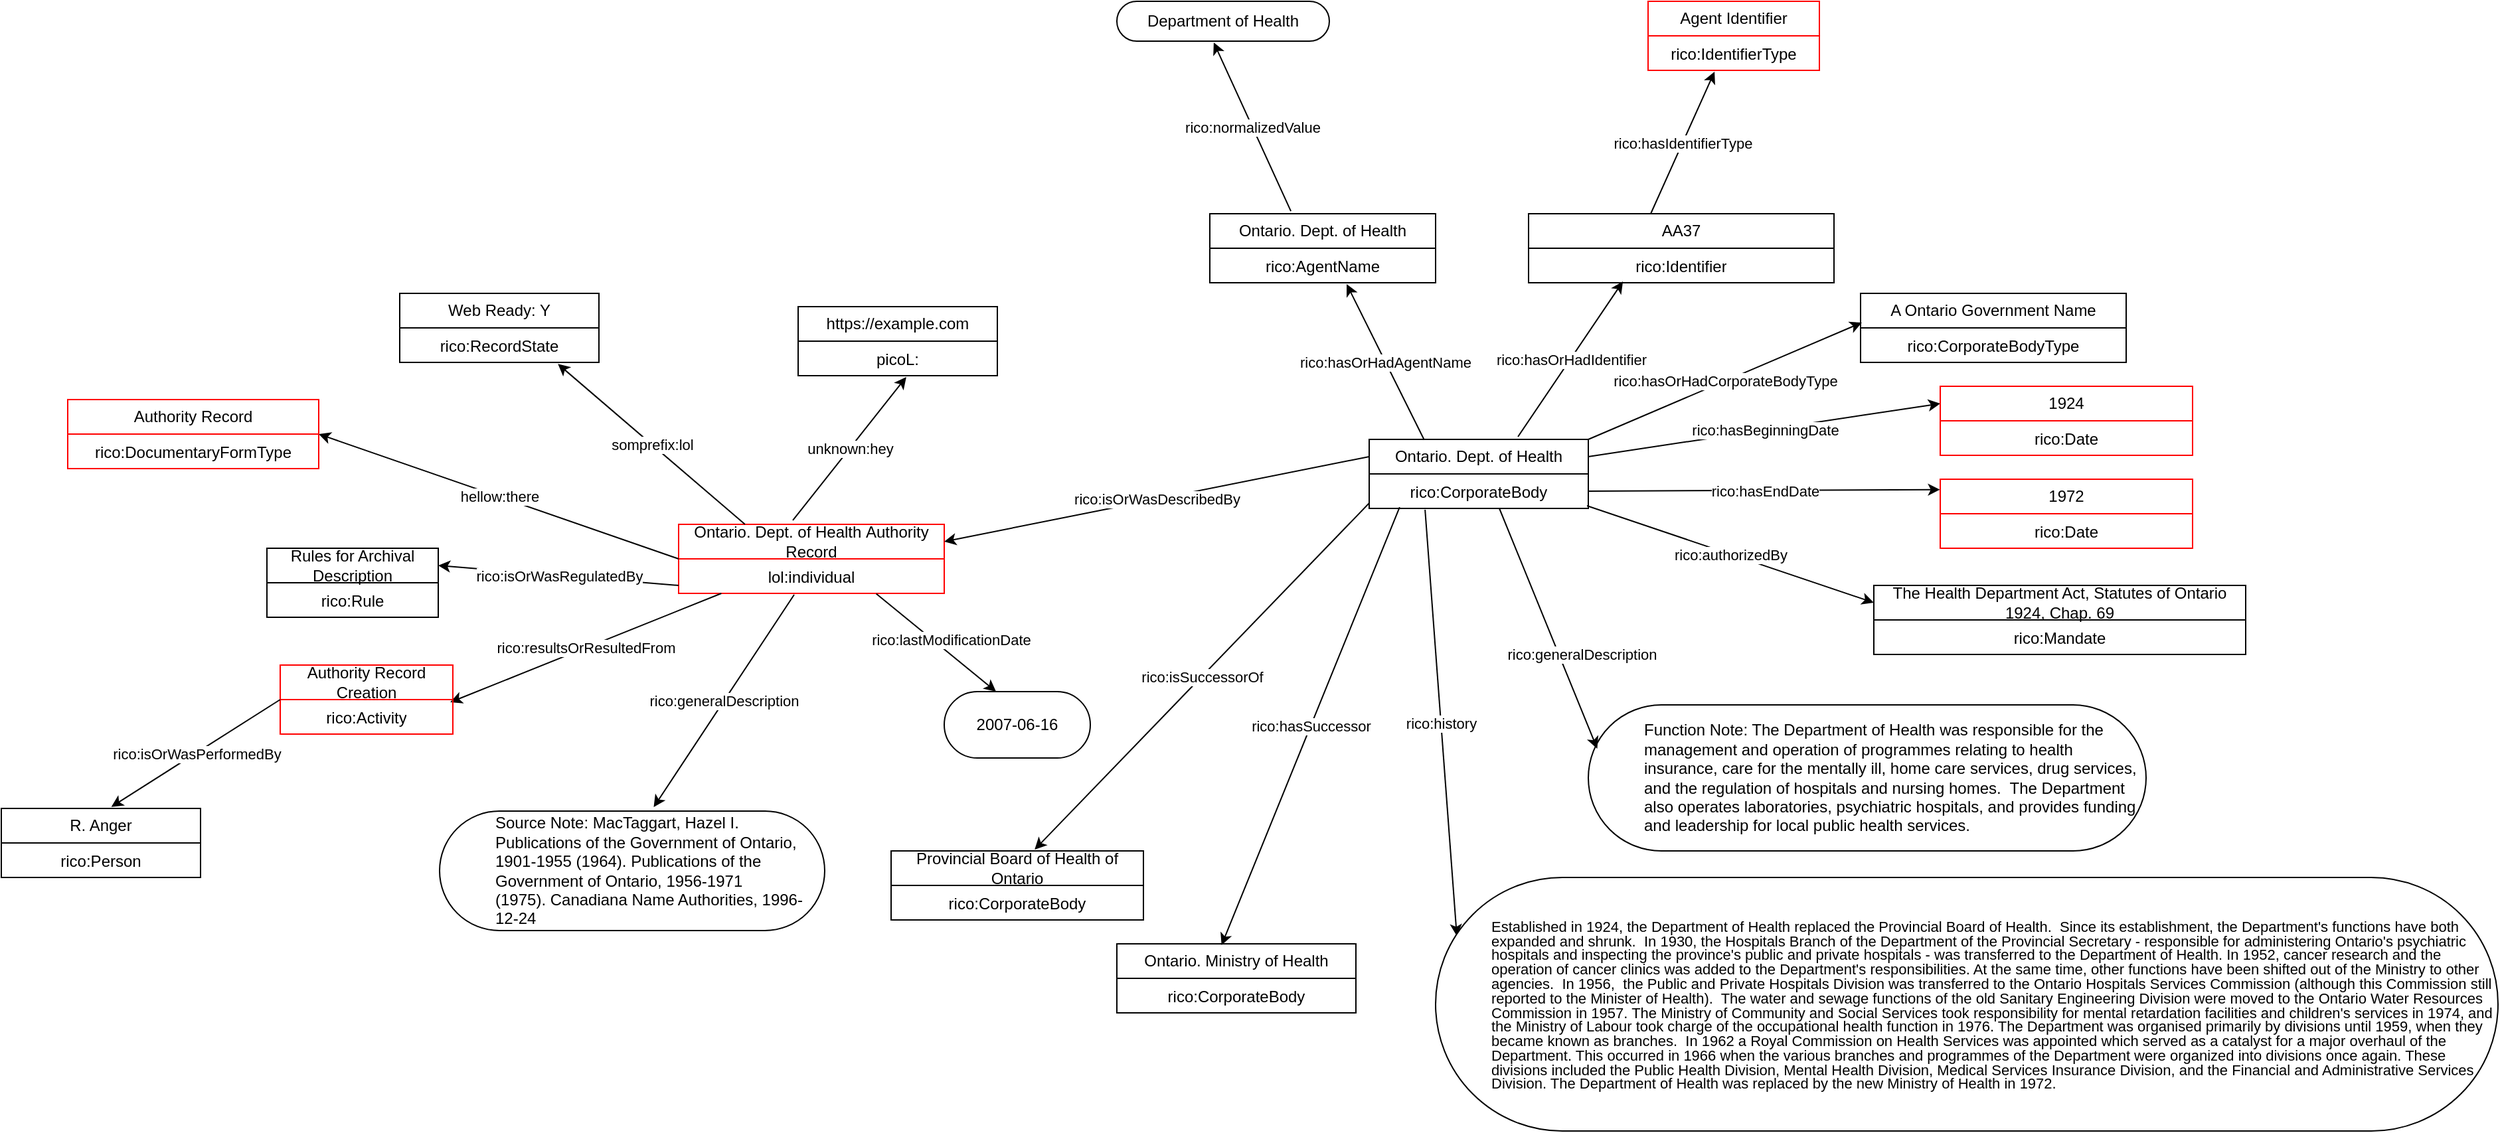
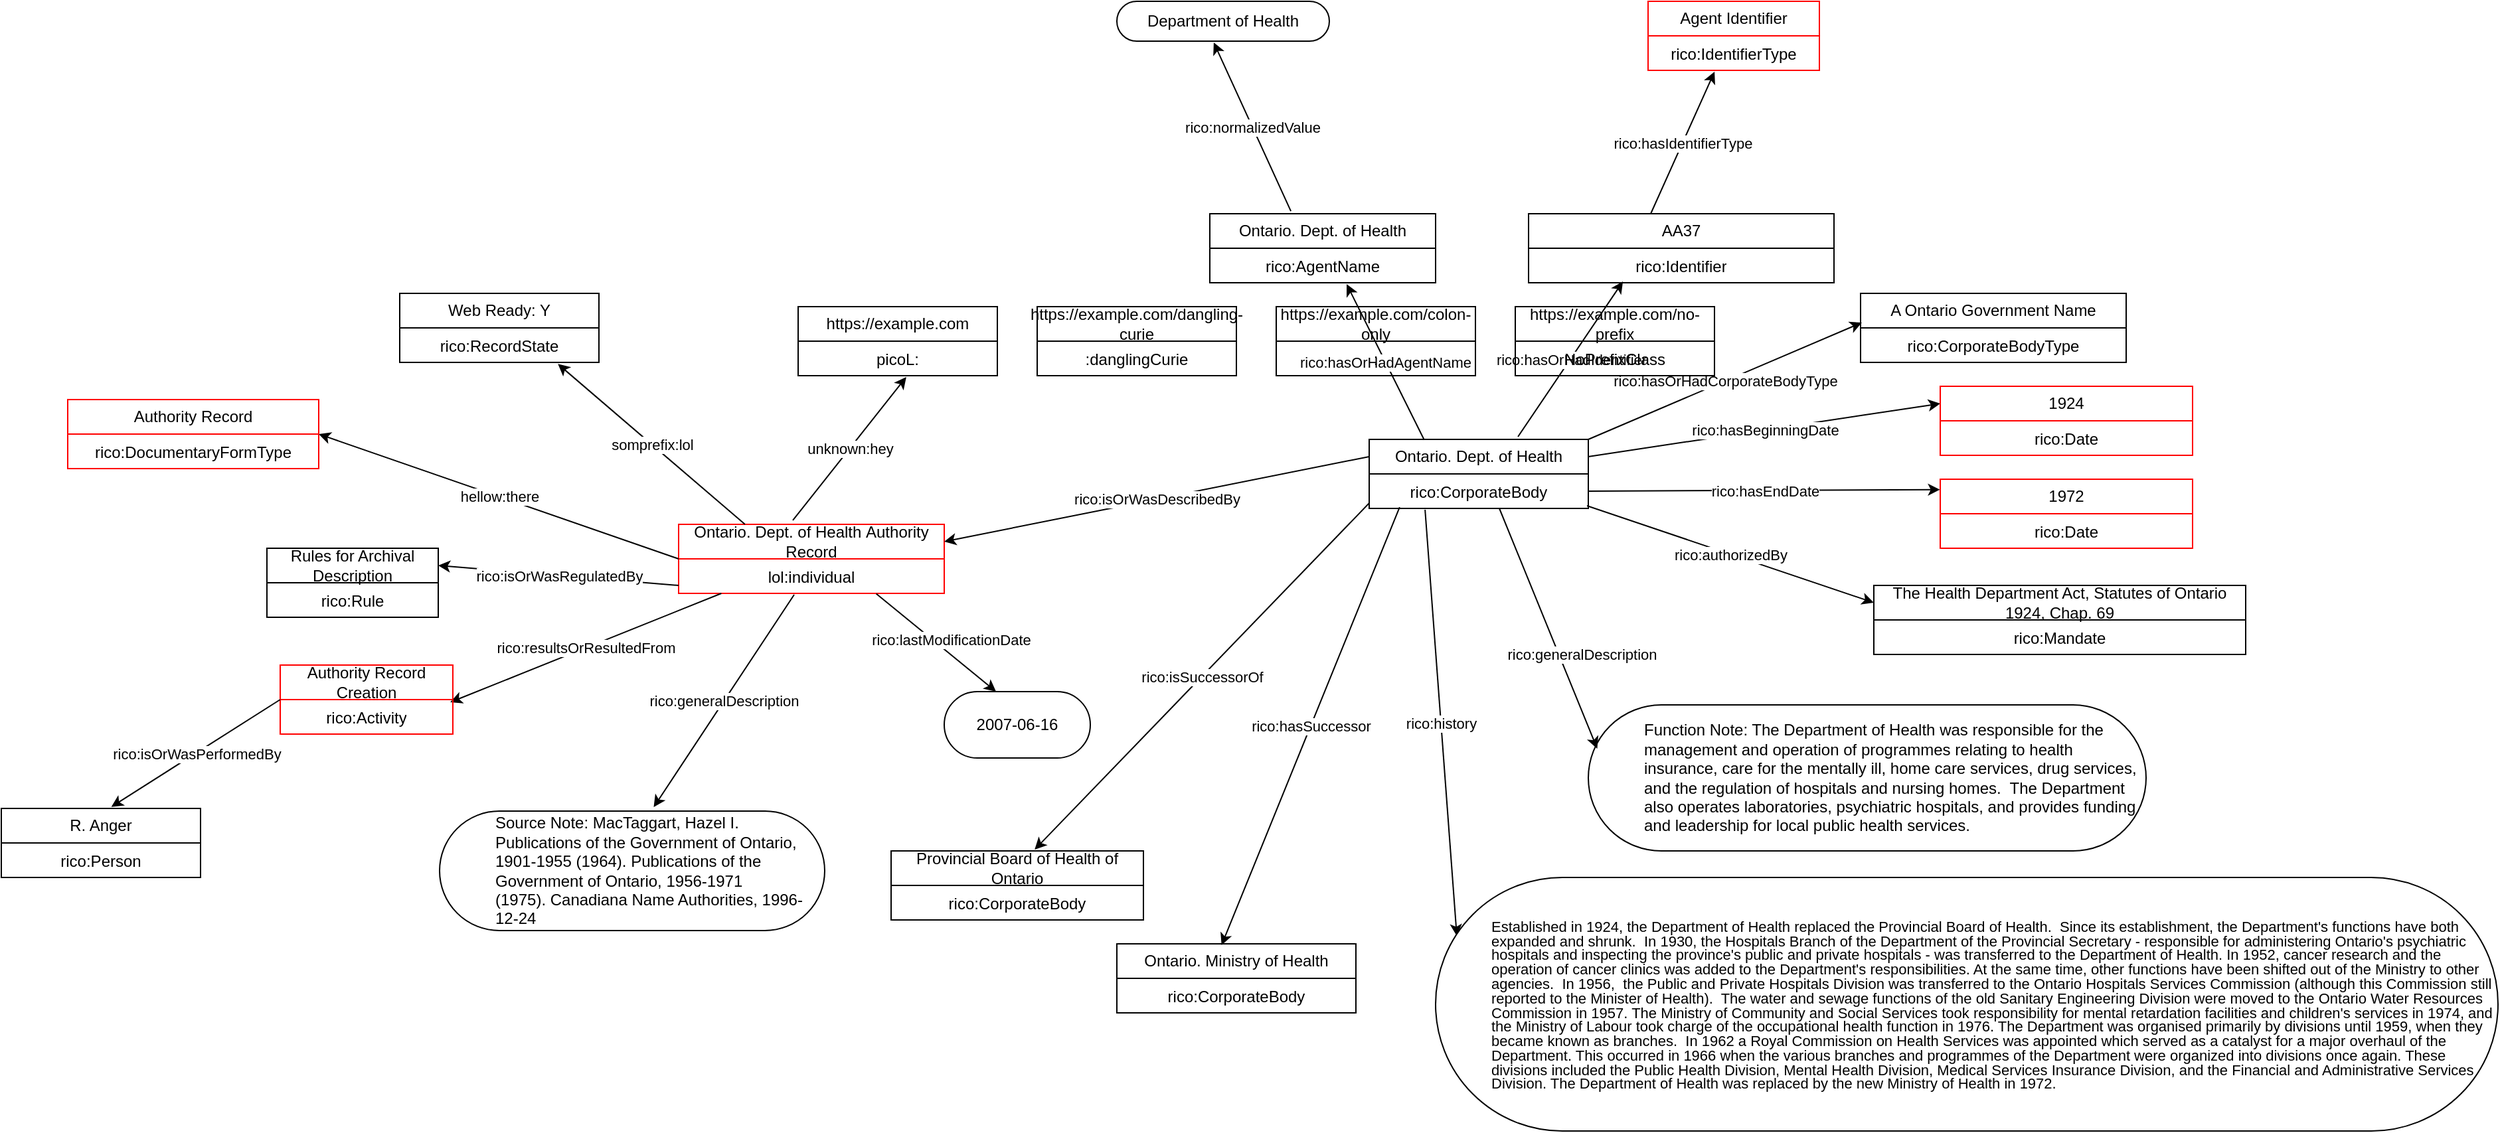
<mxfile host="[::]" agent="Mozilla/5.0 (Macintosh; Intel Mac OS X 10_15_7) AppleWebKit/537.36 (KHTML, like Gecko) Chrome/140.0.0.0 Safari/537.36" version="24.7.5">
  <diagram name="Page-1" id="JNRxnBV9_3tvGunqLC9R">
    <mxGraphModel dx="1644" dy="428" grid="1" gridSize="10" guides="1" tooltips="1" connect="1" arrows="1" fold="1" page="1" pageScale="1" pageWidth="850" pageHeight="1100" background="#FFFFFF" math="0" shadow="0">
      <root>
        <UserObject label="" csvPath="/mock22/path/to/file.csv" baseUri="http://mock23-base-uri.com" id="0">
          <userObjectPreambleElement rdfPrefix="mock1" rdfIRI="http://mock-iri-ns.org" />
          <userObjectPreambleElement rdfPrefix="mock2" rdfIRI="http://prefix.com" />
          <userObjectPreambleElement rdfPrefix="rico" rdfIRI="rico://mock-rico" />
          <userObjectPreambleElement rdfPrefix="lol" rdfIRI="http://something.com" />
          <userObjectPreambleElement rdfPrefix="hellow" rdfIRI="some://helloworld" />
          <userObjectPreambleElement rdfPrefix="somprefix" rdfIRI="://hello" />
          <userObjectPreambleElement rdfPrefix="unknown" rdfIRI="unknown://link" />
          <mxCell />
        </UserObject>
        <mxCell id="1" parent="0" />
        <mxCell id="gmwnegnUR_CNORKRYM6Y-10" value="" style="endArrow=classic;html=1;rounded=0;entryX=0.456;entryY=1.033;entryDx=0;entryDy=0;entryPerimeter=0;exitX=0.359;exitY=-0.038;exitDx=0;exitDy=0;exitPerimeter=0;" parent="1" source="iiJ8OJKaNMLrSCaLO3TT-1" target="gmwnegnUR_CNORKRYM6Y-12" edge="1">
          <mxGeometry relative="1" as="geometry">
            <mxPoint x="230" y="180" as="sourcePoint" />
            <mxPoint x="180" y="90" as="targetPoint" />
          </mxGeometry>
        </mxCell>
        <mxCell id="gmwnegnUR_CNORKRYM6Y-11" value="rico:normalizedValue" style="edgeLabel;resizable=0;html=1;;align=center;verticalAlign=middle;" parent="gmwnegnUR_CNORKRYM6Y-10" connectable="0" vertex="1">
          <mxGeometry relative="1" as="geometry" />
        </mxCell>
        <mxCell id="gmwnegnUR_CNORKRYM6Y-12" value="Department of Health" style="html=1;whiteSpace=wrap;rounded=1;arcSize=50;strokeColor=#000000;" parent="1" vertex="1">
          <mxGeometry x="100" y="40" width="160" height="30" as="geometry" />
        </mxCell>
        <mxCell id="gmwnegnUR_CNORKRYM6Y-13" value="AA37" style="swimlane;fontStyle=0;childLayout=stackLayout;horizontal=1;startSize=26;fillColor=none;horizontalStack=0;resizeParent=1;resizeParentMax=0;resizeLast=0;collapsible=1;marginBottom=0;whiteSpace=wrap;html=1;" parent="1" vertex="1">
          <mxGeometry x="410" y="200" width="230" height="52" as="geometry">
            <mxRectangle x="981" y="570" width="50" height="40" as="alternateBounds" />
          </mxGeometry>
        </mxCell>
        <mxCell id="gmwnegnUR_CNORKRYM6Y-14" value="rico:Identifier&lt;div&gt;&lt;br&gt;&lt;/div&gt;" style="text;strokeColor=none;fillColor=none;align=center;verticalAlign=top;spacingLeft=4;spacingRight=4;overflow=hidden;rotatable=0;points=[[0,0.5],[1,0.5]];portConstraint=eastwest;whiteSpace=wrap;html=1;" parent="gmwnegnUR_CNORKRYM6Y-13" vertex="1">
          <mxGeometry y="26" width="230" height="26" as="geometry" />
        </mxCell>
        <mxCell id="gmwnegnUR_CNORKRYM6Y-16" value="" style="endArrow=classic;html=1;rounded=0;entryX=0.309;entryY=0.962;entryDx=0;entryDy=0;entryPerimeter=0;exitX=0.679;exitY=-0.038;exitDx=0;exitDy=0;exitPerimeter=0;" parent="1" source="Tc_GIQojTk6pTu17JZoE-1" target="gmwnegnUR_CNORKRYM6Y-14" edge="1">
          <mxGeometry relative="1" as="geometry">
            <mxPoint x="410" y="350" as="sourcePoint" />
            <mxPoint x="470" y="260" as="targetPoint" />
          </mxGeometry>
        </mxCell>
        <mxCell id="gmwnegnUR_CNORKRYM6Y-17" value="rico:hasOrHadIdentifier" style="edgeLabel;resizable=0;html=1;;align=center;verticalAlign=middle;" parent="gmwnegnUR_CNORKRYM6Y-16" connectable="0" vertex="1">
          <mxGeometry relative="1" as="geometry" />
        </mxCell>
        <mxCell id="gmwnegnUR_CNORKRYM6Y-18" value="" style="endArrow=classic;html=1;rounded=0;exitX=0.4;exitY=0;exitDx=0;exitDy=0;exitPerimeter=0;entryX=0.388;entryY=1.038;entryDx=0;entryDy=0;entryPerimeter=0;" parent="1" source="gmwnegnUR_CNORKRYM6Y-13" target="gmwnegnUR_CNORKRYM6Y-21" edge="1">
          <mxGeometry relative="1" as="geometry">
            <mxPoint x="320" y="60" as="sourcePoint" />
            <mxPoint x="540" y="120" as="targetPoint" />
          </mxGeometry>
        </mxCell>
        <mxCell id="gmwnegnUR_CNORKRYM6Y-19" value="rico:hasIdentifierType" style="edgeLabel;resizable=0;html=1;;align=center;verticalAlign=middle;" parent="gmwnegnUR_CNORKRYM6Y-18" connectable="0" vertex="1">
          <mxGeometry relative="1" as="geometry" />
        </mxCell>
        <mxCell id="gmwnegnUR_CNORKRYM6Y-20" value="Agent Identifier" style="swimlane;fontStyle=0;childLayout=stackLayout;horizontal=1;startSize=26;fillColor=none;horizontalStack=0;resizeParent=1;resizeParentMax=0;resizeLast=0;collapsible=1;marginBottom=0;whiteSpace=wrap;html=1;strokeColor=#FF0000;" parent="1" vertex="1">
          <mxGeometry x="500" y="40" width="129" height="52" as="geometry">
            <mxRectangle x="981" y="570" width="50" height="40" as="alternateBounds" />
          </mxGeometry>
        </mxCell>
        <mxCell id="gmwnegnUR_CNORKRYM6Y-21" value="rico:IdentifierType&lt;div&gt;&lt;br&gt;&lt;/div&gt;" style="text;strokeColor=none;fillColor=none;align=center;verticalAlign=top;spacingLeft=4;spacingRight=4;overflow=hidden;rotatable=0;points=[[0,0.5],[1,0.5]];portConstraint=eastwest;whiteSpace=wrap;html=1;" parent="gmwnegnUR_CNORKRYM6Y-20" vertex="1">
          <mxGeometry y="26" width="129" height="26" as="geometry" />
        </mxCell>
        <mxCell id="iiJ8OJKaNMLrSCaLO3TT-1" value="Ontario. Dept. of Health" style="swimlane;fontStyle=0;childLayout=stackLayout;horizontal=1;startSize=26;fillColor=none;horizontalStack=0;resizeParent=1;resizeParentMax=0;resizeLast=0;collapsible=1;marginBottom=0;whiteSpace=wrap;html=1;strokeColor=#000000;" parent="1" vertex="1">
          <mxGeometry x="170" y="200" width="170" height="52" as="geometry">
            <mxRectangle x="981" y="570" width="50" height="40" as="alternateBounds" />
          </mxGeometry>
        </mxCell>
        <mxCell id="iiJ8OJKaNMLrSCaLO3TT-2" value="rico:AgentName&lt;div&gt;&lt;br&gt;&lt;/div&gt;" style="text;strokeColor=none;fillColor=none;align=center;verticalAlign=top;spacingLeft=4;spacingRight=4;overflow=hidden;rotatable=0;points=[[0,0.5],[1,0.5]];portConstraint=eastwest;whiteSpace=wrap;html=1;" parent="iiJ8OJKaNMLrSCaLO3TT-1" vertex="1">
          <mxGeometry y="26" width="170" height="26" as="geometry" />
        </mxCell>
        <mxCell id="iiJ8OJKaNMLrSCaLO3TT-3" value="" style="endArrow=classic;html=1;rounded=0;exitX=0.25;exitY=0;exitDx=0;exitDy=0;entryX=0.606;entryY=1.038;entryDx=0;entryDy=0;entryPerimeter=0;" parent="1" source="Tc_GIQojTk6pTu17JZoE-1" target="iiJ8OJKaNMLrSCaLO3TT-2" edge="1">
          <mxGeometry relative="1" as="geometry">
            <mxPoint x="320" y="350" as="sourcePoint" />
            <mxPoint x="280" y="270" as="targetPoint" />
          </mxGeometry>
        </mxCell>
        <mxCell id="iiJ8OJKaNMLrSCaLO3TT-4" value="rico:hasOrHadAgentName" style="edgeLabel;resizable=0;html=1;;align=center;verticalAlign=middle;" parent="iiJ8OJKaNMLrSCaLO3TT-3" connectable="0" vertex="1">
          <mxGeometry relative="1" as="geometry" />
        </mxCell>
        <mxCell id="iiJ8OJKaNMLrSCaLO3TT-5" value="A Ontario Government Name" style="swimlane;fontStyle=0;childLayout=stackLayout;horizontal=1;startSize=26;fillColor=none;horizontalStack=0;resizeParent=1;resizeParentMax=0;resizeLast=0;collapsible=1;marginBottom=0;whiteSpace=wrap;html=1;strokeColor=#000000;" parent="1" vertex="1">
          <mxGeometry x="660" y="260" width="200" height="52" as="geometry">
            <mxRectangle x="981" y="570" width="50" height="40" as="alternateBounds" />
          </mxGeometry>
        </mxCell>
        <mxCell id="iiJ8OJKaNMLrSCaLO3TT-6" value="rico:CorporateBodyType&lt;div&gt;&lt;br&gt;&lt;/div&gt;" style="text;strokeColor=none;fillColor=none;align=center;verticalAlign=top;spacingLeft=4;spacingRight=4;overflow=hidden;rotatable=0;points=[[0,0.5],[1,0.5]];portConstraint=eastwest;whiteSpace=wrap;html=1;" parent="iiJ8OJKaNMLrSCaLO3TT-5" vertex="1">
          <mxGeometry y="26" width="200" height="26" as="geometry" />
        </mxCell>
        <mxCell id="iiJ8OJKaNMLrSCaLO3TT-7" value="" style="endArrow=classic;html=1;rounded=0;exitX=1;exitY=0;exitDx=0;exitDy=0;entryX=0.005;entryY=-0.154;entryDx=0;entryDy=0;entryPerimeter=0;" parent="1" source="Tc_GIQojTk6pTu17JZoE-1" target="iiJ8OJKaNMLrSCaLO3TT-6" edge="1">
          <mxGeometry relative="1" as="geometry">
            <mxPoint x="469.46000000000004" y="373.4839999999999" as="sourcePoint" />
            <mxPoint x="620" y="300" as="targetPoint" />
          </mxGeometry>
        </mxCell>
        <mxCell id="iiJ8OJKaNMLrSCaLO3TT-8" value="rico:hasOrHadCorporateBodyType" style="edgeLabel;resizable=0;html=1;;align=center;verticalAlign=middle;" parent="iiJ8OJKaNMLrSCaLO3TT-7" connectable="0" vertex="1">
          <mxGeometry relative="1" as="geometry" />
        </mxCell>
        <mxCell id="iiJ8OJKaNMLrSCaLO3TT-9" value="" style="endArrow=classic;html=1;rounded=0;exitX=1;exitY=0.25;exitDx=0;exitDy=0;entryX=0;entryY=0.25;entryDx=0;entryDy=0;strokeColor=#000000;" parent="1" source="Tc_GIQojTk6pTu17JZoE-1" target="iiJ8OJKaNMLrSCaLO3TT-11" edge="1">
          <mxGeometry relative="1" as="geometry">
            <mxPoint x="470.17999999999984" y="381.0239999999999" as="sourcePoint" />
            <mxPoint x="720" y="360" as="targetPoint" />
          </mxGeometry>
        </mxCell>
        <mxCell id="iiJ8OJKaNMLrSCaLO3TT-10" value="rico:hasBeginningDate" style="edgeLabel;resizable=0;html=1;;align=center;verticalAlign=middle;" parent="iiJ8OJKaNMLrSCaLO3TT-9" connectable="0" vertex="1">
          <mxGeometry relative="1" as="geometry" />
        </mxCell>
        <mxCell id="iiJ8OJKaNMLrSCaLO3TT-11" value="1924" style="swimlane;fontStyle=0;childLayout=stackLayout;horizontal=1;startSize=26;fillColor=none;horizontalStack=0;resizeParent=1;resizeParentMax=0;resizeLast=0;collapsible=1;marginBottom=0;whiteSpace=wrap;html=1;strokeColor=#FF0000;" parent="1" vertex="1">
          <mxGeometry x="720" y="330" width="190" height="52" as="geometry" />
        </mxCell>
        <mxCell id="iiJ8OJKaNMLrSCaLO3TT-12" value="rico:Date" style="text;strokeColor=none;fillColor=none;align=center;verticalAlign=top;spacingLeft=4;spacingRight=4;overflow=hidden;rotatable=0;points=[[0,0.5],[1,0.5]];portConstraint=eastwest;whiteSpace=wrap;html=1;" parent="iiJ8OJKaNMLrSCaLO3TT-11" vertex="1">
          <mxGeometry y="26" width="190" height="26" as="geometry" />
        </mxCell>
        <mxCell id="iiJ8OJKaNMLrSCaLO3TT-17" value="" style="endArrow=classic;html=1;rounded=0;entryX=-0.001;entryY=0.151;entryDx=0;entryDy=0;entryPerimeter=0;strokeColor=#000000;exitX=1;exitY=0.5;exitDx=0;exitDy=0;" parent="1" source="Tc_GIQojTk6pTu17JZoE-2" target="iiJ8OJKaNMLrSCaLO3TT-19" edge="1">
          <mxGeometry relative="1" as="geometry">
            <mxPoint x="470" y="410" as="sourcePoint" />
            <mxPoint x="620" y="400" as="targetPoint" />
          </mxGeometry>
        </mxCell>
        <mxCell id="iiJ8OJKaNMLrSCaLO3TT-18" value="rico:hasEndDate" style="edgeLabel;resizable=0;html=1;;align=center;verticalAlign=middle;" parent="iiJ8OJKaNMLrSCaLO3TT-17" connectable="0" vertex="1">
          <mxGeometry relative="1" as="geometry" />
        </mxCell>
        <mxCell id="iiJ8OJKaNMLrSCaLO3TT-19" value="1972" style="swimlane;fontStyle=0;childLayout=stackLayout;horizontal=1;startSize=26;fillColor=none;horizontalStack=0;resizeParent=1;resizeParentMax=0;resizeLast=0;collapsible=1;marginBottom=0;whiteSpace=wrap;html=1;strokeColor=#FF0000;" parent="1" vertex="1">
          <mxGeometry x="720" y="400" width="190" height="52" as="geometry" />
        </mxCell>
        <mxCell id="iiJ8OJKaNMLrSCaLO3TT-20" value="rico:Date" style="text;strokeColor=none;fillColor=none;align=center;verticalAlign=top;spacingLeft=4;spacingRight=4;overflow=hidden;rotatable=0;points=[[0,0.5],[1,0.5]];portConstraint=eastwest;whiteSpace=wrap;html=1;" parent="iiJ8OJKaNMLrSCaLO3TT-19" vertex="1">
          <mxGeometry y="26" width="190" height="26" as="geometry" />
        </mxCell>
        <mxCell id="_-RjwaxhbeTWfwVWe4ke-13" value="" style="endArrow=classic;html=1;rounded=0;exitX=0.255;exitY=1.038;exitDx=0;exitDy=0;exitPerimeter=0;entryX=0.02;entryY=0.231;entryDx=0;entryDy=0;entryPerimeter=0;" parent="1" source="Tc_GIQojTk6pTu17JZoE-2" target="_-RjwaxhbeTWfwVWe4ke-15" edge="1">
          <mxGeometry relative="1" as="geometry">
            <mxPoint x="412.03999999999996" y="421.66200000000003" as="sourcePoint" />
            <mxPoint x="720" y="640" as="targetPoint" />
          </mxGeometry>
        </mxCell>
        <mxCell id="_-RjwaxhbeTWfwVWe4ke-14" value="rico:history" style="edgeLabel;resizable=0;html=1;;align=center;verticalAlign=middle;" parent="_-RjwaxhbeTWfwVWe4ke-13" connectable="0" vertex="1">
          <mxGeometry relative="1" as="geometry" />
        </mxCell>
        <mxCell id="_-RjwaxhbeTWfwVWe4ke-15" value="&lt;blockquote style=&quot;margin: 0 0 0 40px; border: none; padding: 0px;&quot;&gt;&lt;div style=&quot;line-height: 90%;&quot;&gt;&lt;span style=&quot;font-size: 11px;&quot;&gt;Established in 1924, the Department of Health replaced the Provincial Board of Health.&amp;nbsp; Since its establishment, the Department&#39;s functions have both expanded and shrunk.&amp;nbsp; In 1930, the Hospitals Branch of the Department of the Provincial Secretary - responsible for administering Ontario&#39;s psychiatric hospitals and inspecting the province&#39;s public and private hospitals - was transferred to the Department of Health. In 1952, cancer research and the operation of cancer clinics was added to the Department&#39;s responsibilities. At the same time, other functions have been shifted out of the Ministry to other agencies.&amp;nbsp; In 1956,&amp;nbsp; the Public and Private Hospitals Division was transferred to the Ontario Hospitals Services Commission (although this Commission still reported to the Minister of Health).&amp;nbsp; The water and sewage functions of the old Sanitary Engineering Division were moved to the Ontario Water Resources Commission in 1957. The Ministry of Community and Social Services took responsibility for mental retardation facilities and children&#39;s services in 1974, and the Ministry of Labour took charge of the occupational health function in 1976. The Department was organised primarily by divisions until 1959, when they became known as branches.&amp;nbsp; In 1962 a Royal Commission on Health Services was appointed which served as a catalyst for a major overhaul of the Department. This occurred in 1966 when the various branches and programmes of the Department were organized into divisions once again. These divisions included the Public Health Division, Mental Health Division, Medical Services Insurance Division, and the Financial and Administrative Services Division. The Department of Health was replaced by the new Ministry of Health in 1972.&lt;/span&gt;&lt;br&gt;&lt;/div&gt;&lt;/blockquote&gt;" style="html=1;whiteSpace=wrap;rounded=1;arcSize=50;align=left;" parent="1" vertex="1">
          <mxGeometry x="340" y="700" width="800" height="191" as="geometry" />
        </mxCell>
        <mxCell id="I4GB3cVhTv-sTvJ7h0Jz-29" value="Ontario. Dept. of Health&amp;nbsp;Authority Record" style="swimlane;fontStyle=0;childLayout=stackLayout;horizontal=1;startSize=26;fillColor=none;horizontalStack=0;resizeParent=1;resizeParentMax=0;resizeLast=0;collapsible=1;marginBottom=0;whiteSpace=wrap;html=1;strokeColor=#FF0000;" parent="1" vertex="1">
          <mxGeometry x="-230" y="434" width="200" height="52" as="geometry" />
        </mxCell>
        <mxCell id="I4GB3cVhTv-sTvJ7h0Jz-30" value="lol:individual" style="text;strokeColor=none;fillColor=none;align=center;verticalAlign=top;spacingLeft=4;spacingRight=4;overflow=hidden;rotatable=0;points=[[0,0.5],[1,0.5]];portConstraint=eastwest;whiteSpace=wrap;html=1;" parent="I4GB3cVhTv-sTvJ7h0Jz-29" vertex="1">
          <mxGeometry y="26" width="200" height="26" as="geometry" />
        </mxCell>
        <mxCell id="I4GB3cVhTv-sTvJ7h0Jz-31" value="" style="endArrow=classic;html=1;rounded=0;entryX=1;entryY=0.25;entryDx=0;entryDy=0;exitX=0;exitY=0.25;exitDx=0;exitDy=0;" parent="1" source="Tc_GIQojTk6pTu17JZoE-1" target="I4GB3cVhTv-sTvJ7h0Jz-29" edge="1">
          <mxGeometry relative="1" as="geometry">
            <mxPoint x="270" y="380" as="sourcePoint" />
            <mxPoint x="-110" y="380" as="targetPoint" />
          </mxGeometry>
        </mxCell>
        <mxCell id="I4GB3cVhTv-sTvJ7h0Jz-32" value="rico:isOrWasDescribedBy" style="edgeLabel;resizable=0;html=1;;align=center;verticalAlign=middle;" parent="I4GB3cVhTv-sTvJ7h0Jz-31" connectable="0" vertex="1">
          <mxGeometry relative="1" as="geometry" />
        </mxCell>
        <mxCell id="I4GB3cVhTv-sTvJ7h0Jz-33" value="" style="endArrow=classic;html=1;rounded=0;exitX=0;exitY=0.5;exitDx=0;exitDy=0;entryX=1;entryY=0.5;entryDx=0;entryDy=0;" parent="1" source="I4GB3cVhTv-sTvJ7h0Jz-29" target="I4GB3cVhTv-sTvJ7h0Jz-35" edge="1">
          <mxGeometry relative="1" as="geometry">
            <mxPoint x="-200" y="364" as="sourcePoint" />
            <mxPoint x="-410" y="410" as="targetPoint" />
          </mxGeometry>
        </mxCell>
        <mxCell id="I4GB3cVhTv-sTvJ7h0Jz-34" value="hellow:there" style="edgeLabel;resizable=0;html=1;;align=center;verticalAlign=middle;" parent="I4GB3cVhTv-sTvJ7h0Jz-33" connectable="0" vertex="1">
          <mxGeometry relative="1" as="geometry" />
        </mxCell>
        <mxCell id="I4GB3cVhTv-sTvJ7h0Jz-35" value="Authority Record" style="swimlane;fontStyle=0;childLayout=stackLayout;horizontal=1;startSize=26;fillColor=none;horizontalStack=0;resizeParent=1;resizeParentMax=0;resizeLast=0;collapsible=1;marginBottom=0;whiteSpace=wrap;html=1;strokeColor=#FF0000;" parent="1" vertex="1">
          <mxGeometry x="-690" y="340" width="189" height="52" as="geometry">
            <mxRectangle x="981" y="570" width="50" height="40" as="alternateBounds" />
          </mxGeometry>
        </mxCell>
        <mxCell id="I4GB3cVhTv-sTvJ7h0Jz-36" value="rico:DocumentaryFormType&lt;div&gt;&lt;br&gt;&lt;/div&gt;" style="text;strokeColor=none;fillColor=none;align=center;verticalAlign=top;spacingLeft=4;spacingRight=4;overflow=hidden;rotatable=0;points=[[0,0.5],[1,0.5]];portConstraint=eastwest;whiteSpace=wrap;html=1;" parent="I4GB3cVhTv-sTvJ7h0Jz-35" vertex="1">
          <mxGeometry y="26" width="189" height="26" as="geometry" />
        </mxCell>
        <mxCell id="I4GB3cVhTv-sTvJ7h0Jz-37" value="" style="endArrow=classic;html=1;rounded=0;exitX=0;exitY=0.769;exitDx=0;exitDy=0;exitPerimeter=0;entryX=1;entryY=0.25;entryDx=0;entryDy=0;" parent="1" source="I4GB3cVhTv-sTvJ7h0Jz-30" target="I4GB3cVhTv-sTvJ7h0Jz-39" edge="1">
          <mxGeometry relative="1" as="geometry">
            <mxPoint x="-201" y="382" as="sourcePoint" />
            <mxPoint x="-390" y="470" as="targetPoint" />
          </mxGeometry>
        </mxCell>
        <mxCell id="I4GB3cVhTv-sTvJ7h0Jz-38" value="rico:isOrWasRegulatedBy" style="edgeLabel;resizable=0;html=1;;align=center;verticalAlign=middle;" parent="I4GB3cVhTv-sTvJ7h0Jz-37" connectable="0" vertex="1">
          <mxGeometry relative="1" as="geometry" />
        </mxCell>
        <mxCell id="I4GB3cVhTv-sTvJ7h0Jz-39" value="Rules for Archival Description" style="swimlane;fontStyle=0;childLayout=stackLayout;horizontal=1;startSize=26;fillColor=none;horizontalStack=0;resizeParent=1;resizeParentMax=0;resizeLast=0;collapsible=1;marginBottom=0;whiteSpace=wrap;html=1;" parent="1" vertex="1">
          <mxGeometry x="-540" y="452" width="129" height="52" as="geometry" />
        </mxCell>
        <mxCell id="I4GB3cVhTv-sTvJ7h0Jz-40" value="rico:Rule&lt;div&gt;&lt;br&gt;&lt;/div&gt;" style="text;strokeColor=none;fillColor=none;align=center;verticalAlign=top;spacingLeft=4;spacingRight=4;overflow=hidden;rotatable=0;points=[[0,0.5],[1,0.5]];portConstraint=eastwest;whiteSpace=wrap;html=1;" parent="I4GB3cVhTv-sTvJ7h0Jz-39" vertex="1">
          <mxGeometry y="26" width="129" height="26" as="geometry" />
        </mxCell>
        <mxCell id="I4GB3cVhTv-sTvJ7h0Jz-41" value="" style="endArrow=classic;html=1;rounded=0;exitX=0.161;exitY=1;exitDx=0;exitDy=0;exitPerimeter=0;entryX=0.985;entryY=0.077;entryDx=0;entryDy=0;entryPerimeter=0;" parent="1" source="I4GB3cVhTv-sTvJ7h0Jz-30" target="I4GB3cVhTv-sTvJ7h0Jz-44" edge="1">
          <mxGeometry relative="1" as="geometry">
            <mxPoint x="-190" y="400" as="sourcePoint" />
            <mxPoint x="-370" y="560" as="targetPoint" />
          </mxGeometry>
        </mxCell>
        <mxCell id="I4GB3cVhTv-sTvJ7h0Jz-42" value="rico:resultsOrResultedFrom" style="edgeLabel;resizable=0;html=1;;align=center;verticalAlign=middle;" parent="I4GB3cVhTv-sTvJ7h0Jz-41" connectable="0" vertex="1">
          <mxGeometry relative="1" as="geometry" />
        </mxCell>
        <mxCell id="I4GB3cVhTv-sTvJ7h0Jz-43" value="Authority Record Creation" style="swimlane;fontStyle=0;childLayout=stackLayout;horizontal=1;startSize=26;fillColor=none;horizontalStack=0;resizeParent=1;resizeParentMax=0;resizeLast=0;collapsible=1;marginBottom=0;whiteSpace=wrap;html=1;strokeColor=#FF0000;" parent="1" vertex="1">
          <mxGeometry x="-530" y="540" width="130" height="52" as="geometry" />
        </mxCell>
        <mxCell id="I4GB3cVhTv-sTvJ7h0Jz-44" value="rico:Activity" style="text;strokeColor=none;fillColor=none;align=center;verticalAlign=top;spacingLeft=4;spacingRight=4;overflow=hidden;rotatable=0;points=[[0,0.5],[1,0.5]];portConstraint=eastwest;whiteSpace=wrap;html=1;" parent="I4GB3cVhTv-sTvJ7h0Jz-43" vertex="1">
          <mxGeometry y="26" width="130" height="26" as="geometry" />
        </mxCell>
        <mxCell id="I4GB3cVhTv-sTvJ7h0Jz-45" value="" style="endArrow=classic;html=1;rounded=0;entryX=0.552;entryY=-0.022;entryDx=0;entryDy=0;entryPerimeter=0;exitX=0;exitY=0.5;exitDx=0;exitDy=0;" parent="1" source="I4GB3cVhTv-sTvJ7h0Jz-43" target="I4GB3cVhTv-sTvJ7h0Jz-47" edge="1">
          <mxGeometry relative="1" as="geometry">
            <mxPoint x="-570" y="570" as="sourcePoint" />
            <mxPoint x="-650" y="640" as="targetPoint" />
          </mxGeometry>
        </mxCell>
        <mxCell id="I4GB3cVhTv-sTvJ7h0Jz-46" value="rico:isOrWasPerformedBy" style="edgeLabel;resizable=0;html=1;;align=center;verticalAlign=middle;" parent="I4GB3cVhTv-sTvJ7h0Jz-45" connectable="0" vertex="1">
          <mxGeometry relative="1" as="geometry" />
        </mxCell>
        <mxCell id="I4GB3cVhTv-sTvJ7h0Jz-47" value="R. Anger" style="swimlane;fontStyle=0;childLayout=stackLayout;horizontal=1;startSize=26;fillColor=none;horizontalStack=0;resizeParent=1;resizeParentMax=0;resizeLast=0;collapsible=1;marginBottom=0;whiteSpace=wrap;html=1;" parent="1" vertex="1">
          <mxGeometry x="-740" y="648" width="150" height="52" as="geometry" />
        </mxCell>
        <mxCell id="I4GB3cVhTv-sTvJ7h0Jz-48" value="rico:Person" style="text;strokeColor=none;fillColor=none;align=center;verticalAlign=top;spacingLeft=4;spacingRight=4;overflow=hidden;rotatable=0;points=[[0,0.5],[1,0.5]];portConstraint=eastwest;whiteSpace=wrap;html=1;" parent="I4GB3cVhTv-sTvJ7h0Jz-47" vertex="1">
          <mxGeometry y="26" width="150" height="26" as="geometry" />
        </mxCell>
        <mxCell id="kRIpfUrG9O16BsR5oPXA-15" value="" style="endArrow=classic;html=1;rounded=0;exitX=0.744;exitY=1.01;exitDx=0;exitDy=0;exitPerimeter=0;entryX=0.355;entryY=0;entryDx=0;entryDy=0;entryPerimeter=0;" parent="1" source="I4GB3cVhTv-sTvJ7h0Jz-30" target="kRIpfUrG9O16BsR5oPXA-17" edge="1">
          <mxGeometry relative="1" as="geometry">
            <mxPoint x="-140" y="396" as="sourcePoint" />
            <mxPoint x="-110" y="540" as="targetPoint" />
          </mxGeometry>
        </mxCell>
        <mxCell id="kRIpfUrG9O16BsR5oPXA-16" value="rico:lastModificationDate" style="edgeLabel;resizable=0;html=1;;align=center;verticalAlign=middle;" parent="kRIpfUrG9O16BsR5oPXA-15" connectable="0" vertex="1">
          <mxGeometry relative="1" as="geometry">
            <mxPoint x="11" y="-3" as="offset" />
          </mxGeometry>
        </mxCell>
        <mxCell id="kRIpfUrG9O16BsR5oPXA-17" value="2007-06-16" style="html=1;whiteSpace=wrap;rounded=1;arcSize=50;" parent="1" vertex="1">
          <mxGeometry x="-30" y="560" width="110" height="50" as="geometry" />
        </mxCell>
        <mxCell id="lTHjRTAcClQ9bYR0I0Gv-9" value="" style="endArrow=classic;html=1;rounded=0;exitX=0.25;exitY=0;exitDx=0;exitDy=0;entryX=0.794;entryY=1.045;entryDx=0;entryDy=0;entryPerimeter=0;" parent="1" source="I4GB3cVhTv-sTvJ7h0Jz-29" target="lTHjRTAcClQ9bYR0I0Gv-12" edge="1">
          <mxGeometry relative="1" as="geometry">
            <mxPoint x="-220" y="422" as="sourcePoint" />
            <mxPoint x="-260" y="390" as="targetPoint" />
          </mxGeometry>
        </mxCell>
        <mxCell id="lTHjRTAcClQ9bYR0I0Gv-10" value="somprefix:lol" style="edgeLabel;resizable=0;html=1;;align=center;verticalAlign=middle;" parent="lTHjRTAcClQ9bYR0I0Gv-9" connectable="0" vertex="1">
          <mxGeometry relative="1" as="geometry" />
        </mxCell>
        <mxCell id="lTHjRTAcClQ9bYR0I0Gv-11" value="Web Ready: Y" style="swimlane;fontStyle=0;childLayout=stackLayout;horizontal=1;startSize=26;fillColor=none;horizontalStack=0;resizeParent=1;resizeParentMax=0;resizeLast=0;collapsible=1;marginBottom=0;whiteSpace=wrap;html=1;" parent="1" vertex="1">
          <mxGeometry x="-440" y="260" width="150" height="52" as="geometry">
            <mxRectangle x="981" y="570" width="50" height="40" as="alternateBounds" />
          </mxGeometry>
        </mxCell>
        <mxCell id="lTHjRTAcClQ9bYR0I0Gv-12" value="rico:RecordState&lt;div&gt;&lt;br&gt;&lt;/div&gt;" style="text;strokeColor=none;fillColor=none;align=center;verticalAlign=top;spacingLeft=4;spacingRight=4;overflow=hidden;rotatable=0;points=[[0,0.5],[1,0.5]];portConstraint=eastwest;whiteSpace=wrap;html=1;" parent="lTHjRTAcClQ9bYR0I0Gv-11" vertex="1">
          <mxGeometry y="26" width="150" height="26" as="geometry" />
        </mxCell>
        <mxCell id="lTHjRTAcClQ9bYR0I0Gv-13" value="https://example.com" style="swimlane;fontStyle=0;childLayout=stackLayout;horizontal=1;startSize=26;fillColor=none;horizontalStack=0;resizeParent=1;resizeParentMax=0;resizeLast=0;collapsible=1;marginBottom=0;whiteSpace=wrap;html=1;" parent="1" vertex="1">
          <mxGeometry x="-140" y="270" width="150" height="52" as="geometry">
            <mxRectangle x="981" y="570" width="50" height="40" as="alternateBounds" />
          </mxGeometry>
        </mxCell>
        <mxCell id="lTHjRTAcClQ9bYR0I0Gv-14" value="&lt;div&gt;picoL:&lt;/div&gt;" style="text;strokeColor=none;fillColor=none;align=center;verticalAlign=top;spacingLeft=4;spacingRight=4;overflow=hidden;rotatable=0;points=[[0,0.5],[1,0.5]];portConstraint=eastwest;whiteSpace=wrap;html=1;" parent="lTHjRTAcClQ9bYR0I0Gv-13" vertex="1">
          <mxGeometry y="26" width="150" height="26" as="geometry" />
        </mxCell>
+         <mxCell id="danglingCurieNode" value="https://example.com/dangling-curie" style="swimlane;fontStyle=0;childLayout=stackLayout;horizontal=1;startSize=26;fillColor=none;horizontalStack=0;resizeParent=1;resizeParentMax=0;resizeLast=0;collapsible=1;marginBottom=0;whiteSpace=wrap;html=1;" parent="1" vertex="1">
+           <mxGeometry x="40" y="270" width="150" height="52" as="geometry">
+             <mxRectangle x="1041" y="570" width="50" height="40" as="alternateBounds" />
+           </mxGeometry>
+         </mxCell>
+         <mxCell id="danglingCurieType" value="&lt;div&gt;:danglingCurie&lt;/div&gt;" style="text;strokeColor=none;fillColor=none;align=center;verticalAlign=top;spacingLeft=4;spacingRight=4;overflow=hidden;rotatable=0;points=[[0,0.5],[1,0.5]];portConstraint=eastwest;whiteSpace=wrap;html=1;" parent="danglingCurieNode" vertex="1">
+           <mxGeometry y="26" width="150" height="26" as="geometry" />
+         </mxCell>
+         <mxCell id="colonOnlyNode" value="https://example.com/colon-only" style="swimlane;fontStyle=0;childLayout=stackLayout;horizontal=1;startSize=26;fillColor=none;horizontalStack=0;resizeParent=1;resizeParentMax=0;resizeLast=0;collapsible=1;marginBottom=0;whiteSpace=wrap;html=1;" parent="1" vertex="1">
+           <mxGeometry x="220" y="270" width="150" height="52" as="geometry">
+             <mxRectangle x="1101" y="570" width="50" height="40" as="alternateBounds" />
+           </mxGeometry>
+         </mxCell>
+         <mxCell id="colonOnlyType" value="&lt;div&gt;:&lt;/div&gt;" style="text;strokeColor=none;fillColor=none;align=center;verticalAlign=top;spacingLeft=4;spacingRight=4;overflow=hidden;rotatable=0;points=[[0,0.5],[1,0.5]];portConstraint=eastwest;whiteSpace=wrap;html=1;" parent="colonOnlyNode" vertex="1">
+           <mxGeometry y="26" width="150" height="26" as="geometry" />
+         </mxCell>
+         <mxCell id="noPrefixNode" value="https://example.com/no-prefix" style="swimlane;fontStyle=0;childLayout=stackLayout;horizontal=1;startSize=26;fillColor=none;horizontalStack=0;resizeParent=1;resizeParentMax=0;resizeLast=0;collapsible=1;marginBottom=0;whiteSpace=wrap;html=1;" parent="1" vertex="1">
+           <mxGeometry x="400" y="270" width="150" height="52" as="geometry">
+             <mxRectangle x="1161" y="570" width="50" height="40" as="alternateBounds" />
+           </mxGeometry>
+         </mxCell>
+         <mxCell id="noPrefixType" value="&lt;div&gt;NoPrefixClass&lt;/div&gt;" style="text;strokeColor=none;fillColor=none;align=center;verticalAlign=top;spacingLeft=4;spacingRight=4;overflow=hidden;rotatable=0;points=[[0,0.5],[1,0.5]];portConstraint=eastwest;whiteSpace=wrap;html=1;" parent="noPrefixNode" vertex="1">
+           <mxGeometry y="26" width="150" height="26" as="geometry" />
+         </mxCell>
        <mxCell id="lTHjRTAcClQ9bYR0I0Gv-15" value="" style="endArrow=classic;html=1;rounded=0;exitX=0.43;exitY=-0.058;exitDx=0;exitDy=0;entryX=0.543;entryY=1.038;entryDx=0;entryDy=0;entryPerimeter=0;exitPerimeter=0;" parent="1" source="I4GB3cVhTv-sTvJ7h0Jz-29" target="lTHjRTAcClQ9bYR0I0Gv-14" edge="1">
          <mxGeometry relative="1" as="geometry">
            <mxPoint x="-171" y="434" as="sourcePoint" />
            <mxPoint x="-110" y="380" as="targetPoint" />
          </mxGeometry>
        </mxCell>
        <mxCell id="lTHjRTAcClQ9bYR0I0Gv-16" value="unknown:hey" style="edgeLabel;resizable=0;html=1;;align=center;verticalAlign=middle;" parent="lTHjRTAcClQ9bYR0I0Gv-15" connectable="0" vertex="1">
          <mxGeometry relative="1" as="geometry" />
        </mxCell>
        <mxCell id="QoX8hO-0wcaPtYNZqJav-1" value="&lt;blockquote style=&quot;margin: 0 0 0 40px; border: none; padding: 0px;&quot;&gt;Function Note: The Department of Health was responsible for the&amp;nbsp; management and operation of programmes relating to health insurance, care for the mentally ill, home care services, drug services, and the regulation of hospitals and nursing homes.&amp;nbsp; The Department also operates laboratories, psychiatric hospitals, and provides funding and leadership for local public health services.&lt;/blockquote&gt;" style="html=1;whiteSpace=wrap;rounded=1;arcSize=50;align=left;" parent="1" vertex="1">
          <mxGeometry x="455" y="570" width="420" height="110" as="geometry" />
        </mxCell>
        <mxCell id="QoX8hO-0wcaPtYNZqJav-2" value="" style="endArrow=classic;html=1;rounded=0;exitX=0.594;exitY=1;exitDx=0;exitDy=0;exitPerimeter=0;entryX=0.016;entryY=0.3;entryDx=0;entryDy=0;entryPerimeter=0;" parent="1" source="Tc_GIQojTk6pTu17JZoE-2" target="QoX8hO-0wcaPtYNZqJav-1" edge="1">
          <mxGeometry relative="1" as="geometry">
            <mxPoint x="448.03999999999996" y="422.98800000000006" as="sourcePoint" />
            <mxPoint x="690" y="570" as="targetPoint" />
          </mxGeometry>
        </mxCell>
        <mxCell id="QoX8hO-0wcaPtYNZqJav-3" value="rico:generalDescription" style="edgeLabel;resizable=0;html=1;;align=center;verticalAlign=middle;" parent="QoX8hO-0wcaPtYNZqJav-2" connectable="0" vertex="1">
          <mxGeometry relative="1" as="geometry">
            <mxPoint x="25" y="19" as="offset" />
          </mxGeometry>
        </mxCell>
        <mxCell id="Tc_GIQojTk6pTu17JZoE-1" value="Ontario. Dept. of Health" style="swimlane;fontStyle=0;childLayout=stackLayout;horizontal=1;startSize=26;fillColor=none;horizontalStack=0;resizeParent=1;resizeParentMax=0;resizeLast=0;collapsible=1;marginBottom=0;whiteSpace=wrap;html=1;" parent="1" vertex="1">
          <mxGeometry x="290" y="370" width="165" height="52" as="geometry" />
        </mxCell>
        <mxCell id="Tc_GIQojTk6pTu17JZoE-2" value="rico:CorporateBody" style="text;strokeColor=none;fillColor=none;align=center;verticalAlign=top;spacingLeft=4;spacingRight=4;overflow=hidden;rotatable=0;points=[[0,0.5],[1,0.5]];portConstraint=eastwest;whiteSpace=wrap;html=1;" parent="Tc_GIQojTk6pTu17JZoE-1" vertex="1">
          <mxGeometry y="26" width="165" height="26" as="geometry" />
        </mxCell>
        <mxCell id="Tc_GIQojTk6pTu17JZoE-23" value="Provincial Board of Health of Ontario" style="swimlane;fontStyle=0;childLayout=stackLayout;horizontal=1;startSize=26;fillColor=none;horizontalStack=0;resizeParent=1;resizeParentMax=0;resizeLast=0;collapsible=1;marginBottom=0;whiteSpace=wrap;html=1;strokeColor=#000000;" parent="1" vertex="1">
          <mxGeometry x="-70" y="680" width="190" height="52" as="geometry" />
        </mxCell>
        <mxCell id="Tc_GIQojTk6pTu17JZoE-24" value="rico:CorporateBody" style="text;strokeColor=none;fillColor=none;align=center;verticalAlign=top;spacingLeft=4;spacingRight=4;overflow=hidden;rotatable=0;points=[[0,0.5],[1,0.5]];portConstraint=eastwest;whiteSpace=wrap;html=1;" parent="Tc_GIQojTk6pTu17JZoE-23" vertex="1">
          <mxGeometry y="26" width="190" height="26" as="geometry" />
        </mxCell>
        <mxCell id="I4bDPw6PqqAUihyiD4HI-1" value="" style="endArrow=classic;html=1;rounded=0;entryX=0.569;entryY=-0.019;entryDx=0;entryDy=0;entryPerimeter=0;exitX=0;exitY=0.846;exitDx=0;exitDy=0;exitPerimeter=0;" parent="1" source="Tc_GIQojTk6pTu17JZoE-2" target="Tc_GIQojTk6pTu17JZoE-23" edge="1">
          <mxGeometry relative="1" as="geometry">
            <mxPoint x="270" y="440" as="sourcePoint" />
            <mxPoint x="120" y="680" as="targetPoint" />
          </mxGeometry>
        </mxCell>
        <mxCell id="I4bDPw6PqqAUihyiD4HI-2" value="rico:isSuccessorOf" style="edgeLabel;resizable=0;html=1;;align=center;verticalAlign=middle;" parent="I4bDPw6PqqAUihyiD4HI-1" connectable="0" vertex="1">
          <mxGeometry relative="1" as="geometry" />
        </mxCell>
        <mxCell id="I4bDPw6PqqAUihyiD4HI-3" value="" style="endArrow=classic;html=1;rounded=0;exitX=0.435;exitY=1.038;exitDx=0;exitDy=0;exitPerimeter=0;entryX=0.556;entryY=-0.033;entryDx=0;entryDy=0;entryPerimeter=0;" parent="1" source="I4GB3cVhTv-sTvJ7h0Jz-30" target="I4bDPw6PqqAUihyiD4HI-5" edge="1">
          <mxGeometry relative="1" as="geometry">
            <mxPoint x="-150" y="504" as="sourcePoint" />
            <mxPoint x="-220" y="640" as="targetPoint" />
          </mxGeometry>
        </mxCell>
        <mxCell id="I4bDPw6PqqAUihyiD4HI-4" value="rico:generalDescription" style="edgeLabel;resizable=0;html=1;;align=center;verticalAlign=middle;" parent="I4bDPw6PqqAUihyiD4HI-3" connectable="0" vertex="1">
          <mxGeometry relative="1" as="geometry" />
        </mxCell>
        <mxCell id="I4bDPw6PqqAUihyiD4HI-5" value="&lt;blockquote style=&quot;margin: 0 0 0 40px; border: none; padding: 0px;&quot;&gt;Source Note:&amp;nbsp;MacTaggart, Hazel I.&amp;nbsp; Publications of the Government of Ontario, 1901-1955 (1964).&amp;nbsp;Publications of the Government of Ontario, 1956-1971 (1975).&amp;nbsp;Canadiana Name Authorities, 1996-12-24&lt;/blockquote&gt;" style="html=1;whiteSpace=wrap;rounded=1;arcSize=50;align=left;" parent="1" vertex="1">
          <mxGeometry x="-410" y="650" width="290" height="90" as="geometry" />
        </mxCell>
        <mxCell id="ysJAvTtuVAxGOwe6Rh7X-1" value="The Health Department Act, Statutes of Ontario 1924, Chap. 69" style="swimlane;fontStyle=0;childLayout=stackLayout;horizontal=1;startSize=26;fillColor=none;horizontalStack=0;resizeParent=1;resizeParentMax=0;resizeLast=0;collapsible=1;marginBottom=0;whiteSpace=wrap;html=1;" parent="1" vertex="1">
          <mxGeometry x="670" y="480" width="280" height="52" as="geometry" />
        </mxCell>
        <mxCell id="ysJAvTtuVAxGOwe6Rh7X-2" value="rico:Mandate&lt;div&gt;&lt;br&gt;&lt;/div&gt;" style="text;strokeColor=none;fillColor=none;align=center;verticalAlign=top;spacingLeft=4;spacingRight=4;overflow=hidden;rotatable=0;points=[[0,0.5],[1,0.5]];portConstraint=eastwest;whiteSpace=wrap;html=1;" parent="ysJAvTtuVAxGOwe6Rh7X-1" vertex="1">
          <mxGeometry y="26" width="280" height="26" as="geometry" />
        </mxCell>
        <mxCell id="ysJAvTtuVAxGOwe6Rh7X-3" value="" style="endArrow=classic;html=1;rounded=0;entryX=0;entryY=0.25;entryDx=0;entryDy=0;exitX=0.994;exitY=0.923;exitDx=0;exitDy=0;exitPerimeter=0;" parent="1" source="Tc_GIQojTk6pTu17JZoE-2" target="ysJAvTtuVAxGOwe6Rh7X-1" edge="1">
          <mxGeometry relative="1" as="geometry">
            <mxPoint x="480" y="430" as="sourcePoint" />
            <mxPoint x="620" y="480" as="targetPoint" />
          </mxGeometry>
        </mxCell>
        <mxCell id="ysJAvTtuVAxGOwe6Rh7X-4" value="rico:authorizedBy" style="edgeLabel;resizable=0;html=1;;align=center;verticalAlign=middle;" parent="ysJAvTtuVAxGOwe6Rh7X-3" connectable="0" vertex="1">
          <mxGeometry relative="1" as="geometry" />
        </mxCell>
        <mxCell id="ysJAvTtuVAxGOwe6Rh7X-5" value="Ontario. Ministry of Health" style="swimlane;fontStyle=0;childLayout=stackLayout;horizontal=1;startSize=26;fillColor=none;horizontalStack=0;resizeParent=1;resizeParentMax=0;resizeLast=0;collapsible=1;marginBottom=0;whiteSpace=wrap;html=1;strokeColor=#000000;" parent="1" vertex="1">
          <mxGeometry x="100" y="750" width="180" height="52" as="geometry" />
        </mxCell>
        <mxCell id="ysJAvTtuVAxGOwe6Rh7X-6" value="rico:CorporateBody" style="text;strokeColor=none;fillColor=none;align=center;verticalAlign=top;spacingLeft=4;spacingRight=4;overflow=hidden;rotatable=0;points=[[0,0.5],[1,0.5]];portConstraint=eastwest;whiteSpace=wrap;html=1;" parent="ysJAvTtuVAxGOwe6Rh7X-5" vertex="1">
          <mxGeometry y="26" width="180" height="26" as="geometry" />
        </mxCell>
        <mxCell id="ysJAvTtuVAxGOwe6Rh7X-7" value="" style="endArrow=classic;html=1;rounded=0;entryX=0.438;entryY=0.019;entryDx=0;entryDy=0;entryPerimeter=0;exitX=0.139;exitY=0.962;exitDx=0;exitDy=0;exitPerimeter=0;" parent="1" source="Tc_GIQojTk6pTu17JZoE-2" target="ysJAvTtuVAxGOwe6Rh7X-5" edge="1">
          <mxGeometry relative="1" as="geometry">
            <mxPoint x="320" y="420" as="sourcePoint" />
            <mxPoint x="320" y="660" as="targetPoint" />
          </mxGeometry>
        </mxCell>
        <mxCell id="ysJAvTtuVAxGOwe6Rh7X-8" value="rico:hasSuccessor" style="edgeLabel;resizable=0;html=1;;align=center;verticalAlign=middle;" parent="ysJAvTtuVAxGOwe6Rh7X-7" connectable="0" vertex="1">
          <mxGeometry relative="1" as="geometry" />
        </mxCell>
      </root>
    </mxGraphModel>
  </diagram>
</mxfile>
